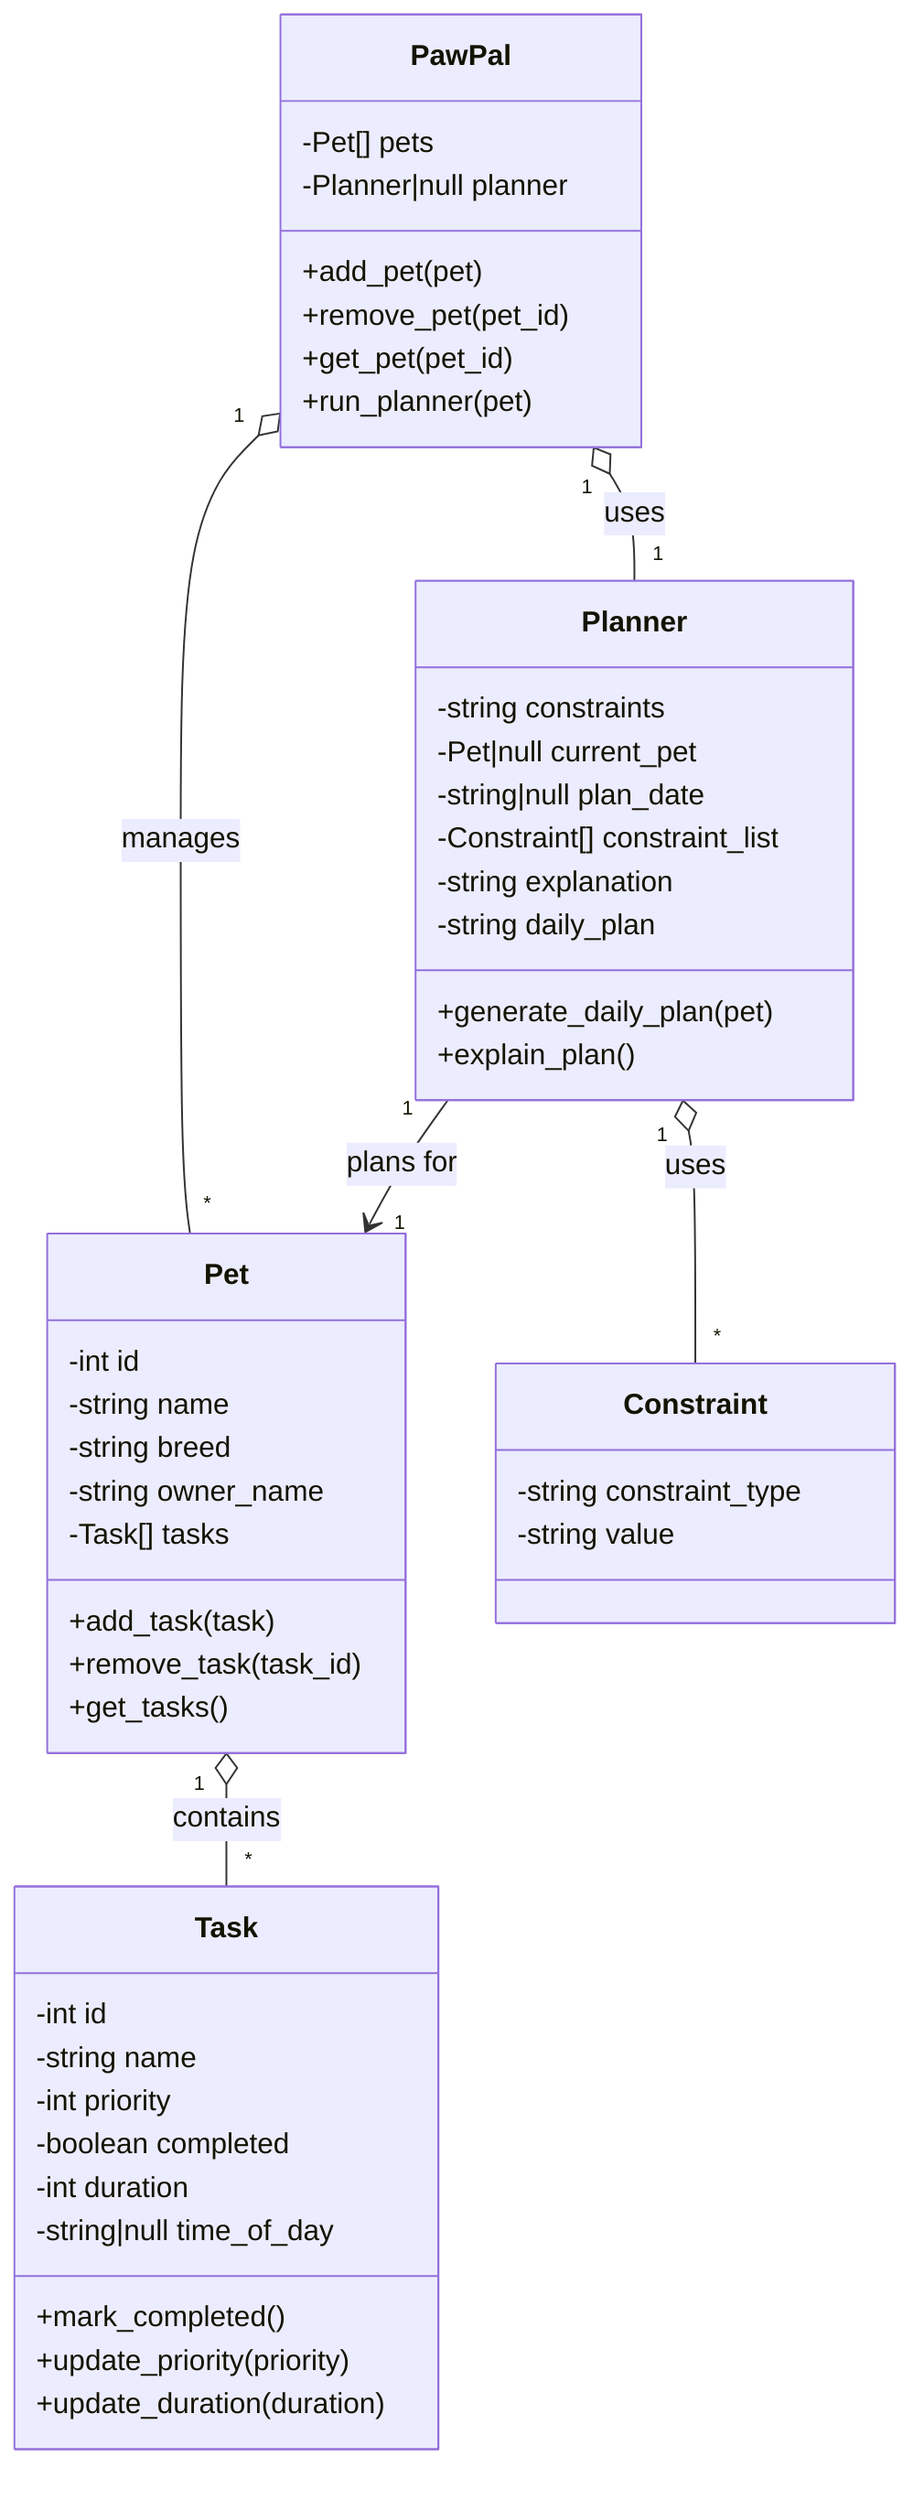
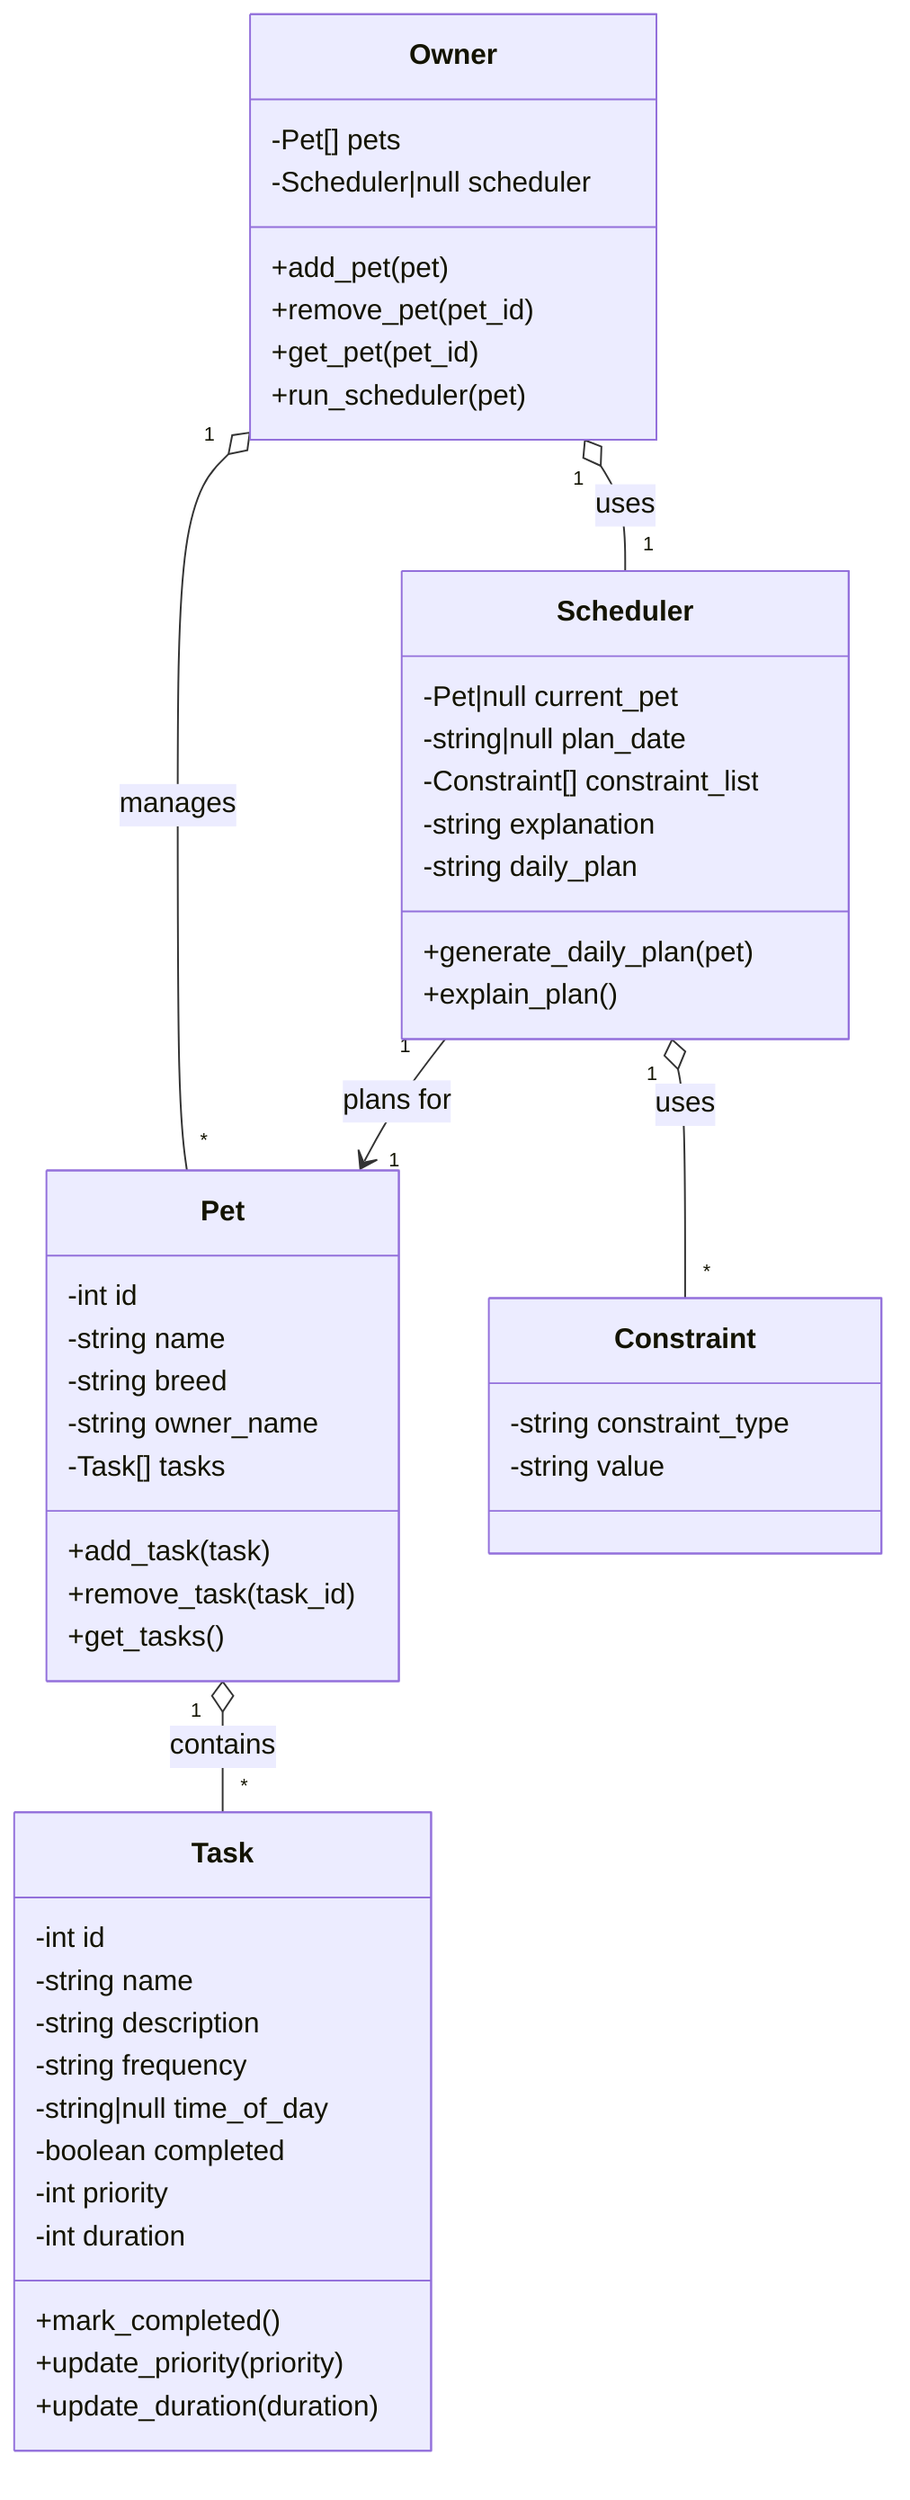
classDiagram
    class Task {
        -int id
        -string name
+         -string description
+         -string frequency
+         -string|null time_of_day
+         -boolean completed
        -int priority
-         -boolean completed
        -int duration
-         -string|null time_of_day
        +mark_completed()
        +update_priority(priority)
        +update_duration(duration)
    }

    class Pet {
        -int id
        -string name
        -string breed
        -string owner_name
        -Task[] tasks
        +add_task(task)
        +remove_task(task_id)
        +get_tasks()
    }

    class Constraint {
        -string constraint_type
        -string value
    }

-     class Planner {
-         -string constraints
+     class Scheduler {
        -Pet|null current_pet
        -string|null plan_date
        -Constraint[] constraint_list
        -string explanation
        -string daily_plan
        +generate_daily_plan(pet)
        +explain_plan()
    }

-     class PawPal {
+     class Owner {
        -Pet[] pets
-         -Planner|null planner
+         -Scheduler|null scheduler
        +add_pet(pet)
        +remove_pet(pet_id)
        +get_pet(pet_id)
-         +run_planner(pet)
+         +run_scheduler(pet)
    }

    Pet "1" o-- "*" Task : contains
-     Planner "1" o-- "*" Constraint : uses
-     Planner "1" --> "1" Pet : plans for
-     PawPal "1" o-- "*" Pet : manages
-     PawPal "1" o-- "1" Planner : uses
+     Scheduler "1" o-- "*" Constraint : uses
+     Scheduler "1" --> "1" Pet : plans for
+     Owner "1" o-- "*" Pet : manages
+     Owner "1" o-- "1" Scheduler : uses